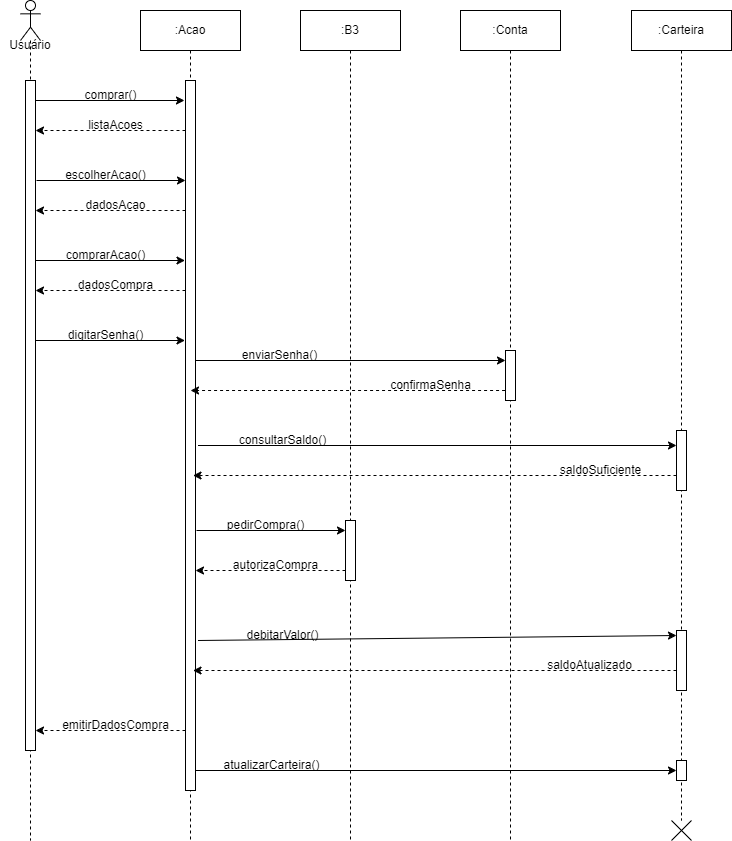
Earlier version of the draw.io export diagrama_sequencia_comprar_acao.png (ThePlano/Projeto-CC5511---ENGENHARIA-DE-SOFTWARE). Source tidied: cells renumbered, new cells last; positions are measured from the earlier drawing's top-left corner, leaving out a move shared by most shapes.
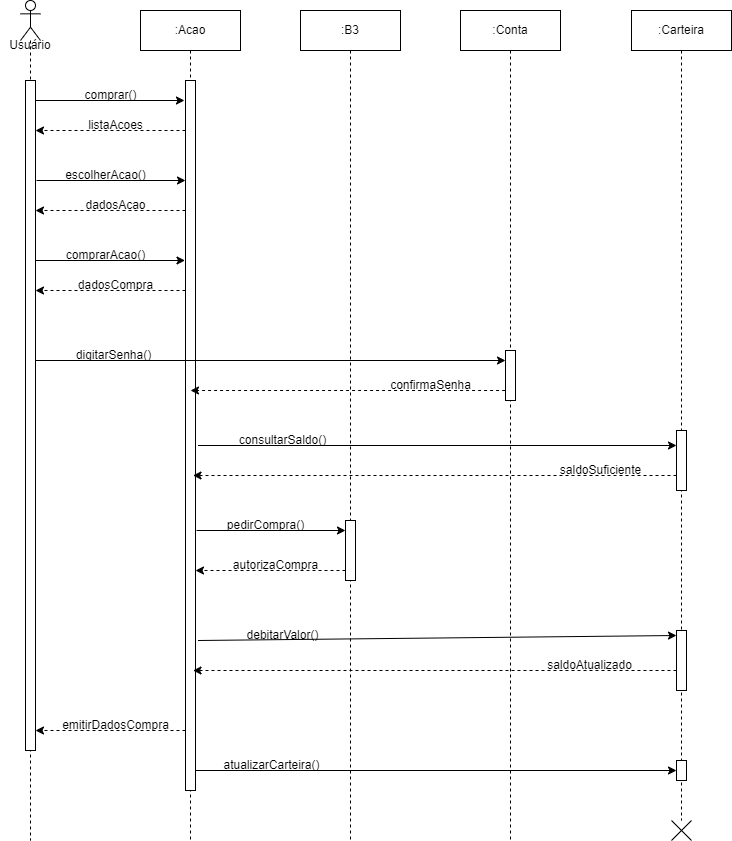
Above is the later version.

Diff of the diagram source:
```diff
@@ -77,15 +77,6 @@
     <mxCell id="20" value="dadosCompra" style="text;html=1;align=center;verticalAlign=middle;strokeColor=none;fillColor=none;" parent="1" vertex="1">
       <mxGeometry x="65" y="270" width="100" height="30" as="geometry" />
     </mxCell>
-    <mxCell id="21" style="endArrow=classic;html=1;rounded=0;exitX=1.103;exitY=0.128;exitDx=0;exitDy=0;exitPerimeter=0;" parent="1" edge="1">
-      <mxGeometry relative="1" as="geometry">
-        <mxPoint x="35.5" y="340" as="sourcePoint" />
-        <mxPoint x="184.5" y="340" as="targetPoint" />
-      </mxGeometry>
-    </mxCell>
-    <mxCell id="22" value="digitarSenha()" style="text;html=1;align=center;verticalAlign=middle;strokeColor=none;fillColor=none;" parent="1" vertex="1">
-      <mxGeometry x="54.5" y="320" width="100" height="30" as="geometry" />
-    </mxCell>
     <mxCell id="23" style="endArrow=classic;html=1;rounded=0;dashed=1;" parent="1" edge="1">
       <mxGeometry relative="1" as="geometry">
         <mxPoint x="185" y="730" as="sourcePoint" />
@@ -101,14 +92,13 @@
     <mxCell id="26" style="html=1;perimeter=orthogonalPerimeter;targetShapes=umlLifeline;newEdgeStyle={&quot;curved&quot;:0,&quot;rounded&quot;:0};" parent="25" vertex="1">
       <mxGeometry x="45" y="340" width="10" height="50" as="geometry" />
     </mxCell>
-    <mxCell id="27" style="endArrow=classic;html=1;rounded=0;" parent="1" edge="1">
+    <mxCell id="27" style="endArrow=classic;html=1;rounded=0;" parent="1" edge="1" source="3">
       <mxGeometry relative="1" as="geometry">
-        <mxPoint x="195" y="360" as="sourcePoint" />
         <mxPoint x="505" y="360" as="targetPoint" />
       </mxGeometry>
     </mxCell>
-    <mxCell id="28" value="enviarSenha()" style="text;html=1;align=center;verticalAlign=middle;strokeColor=none;fillColor=none;" parent="1" vertex="1">
-      <mxGeometry x="229" y="340" width="100" height="30" as="geometry" />
+    <mxCell id="28" value="digitarSenha()" style="text;html=1;align=center;verticalAlign=middle;strokeColor=none;fillColor=none;" parent="1" vertex="1">
+      <mxGeometry x="63" y="340" width="100" height="30" as="geometry" />
     </mxCell>
     <mxCell id="29" style="endArrow=classic;html=1;rounded=0;dashed=1;" parent="1" edge="1">
       <mxGeometry relative="1" as="geometry">
```
